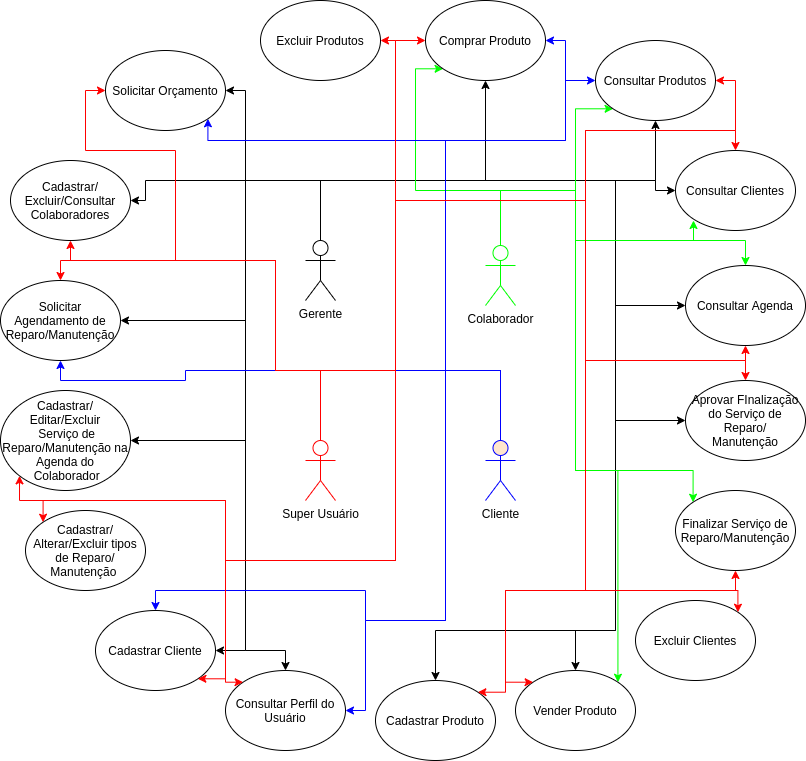
Above: imagens/diagrama_de_casos_de_uso.png in renanleonellocastro/loja_de_refrigeracao (draw.io), before the change. Source tidied: cells renumbered, new cells last; positions are measured from the earlier drawing's top-left corner, leaving out a move shared by most shapes.
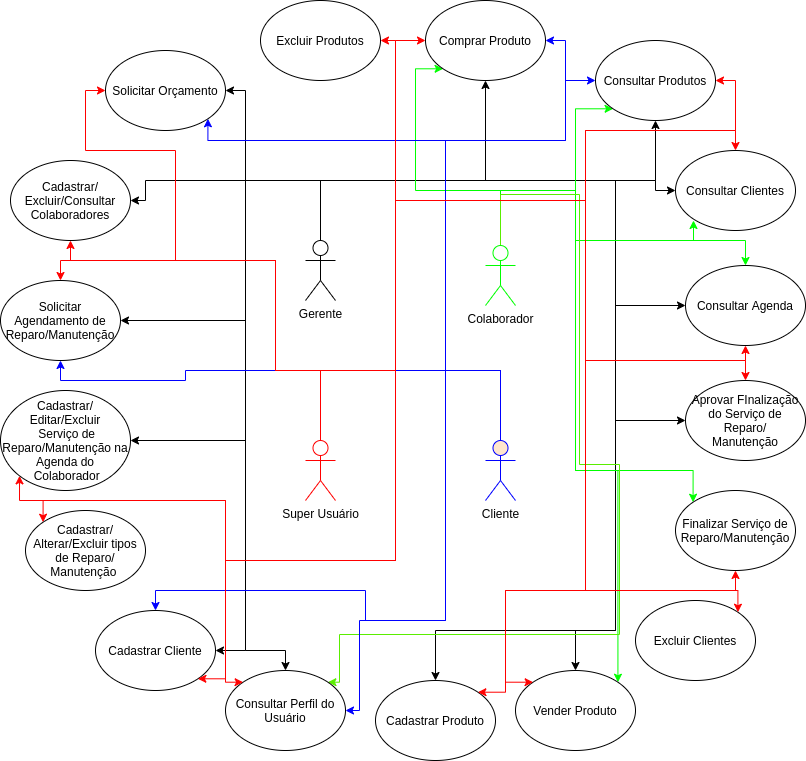
Later version of the same file.

Commit message:
ISSUE[#2] Atualizado Diagrama de Casos de Uso

What changed in the source:
```diff
@@ -184,6 +184,19 @@
         </Array>
       </mxGeometry>
     </mxCell>
+    <mxCell id="65" style="edgeStyle=orthogonalEdgeStyle;rounded=0;jettySize=auto;html=1;exitX=0.5;exitY=0;exitDx=0;exitDy=0;exitPerimeter=0;entryX=1;entryY=0;entryDx=0;entryDy=0;strokeColor=#5AED00;" parent="1" edge="1" source="22" target="38">
+      <mxGeometry relative="1" as="geometry">
+        <Array as="points">
+          <mxPoint x="500" y="194" />
+          <mxPoint x="579" y="194" />
+          <mxPoint x="579" y="464" />
+          <mxPoint x="619" y="464" />
+          <mxPoint x="619" y="634" />
+          <mxPoint x="339" y="634" />
+          <mxPoint x="339" y="682" />
+        </Array>
+      </mxGeometry>
+    </mxCell>
     <mxCell id="22" value="Colaborador" style="shape=umlActor;verticalLabelPosition=bottom;verticalAlign=top;html=1;outlineConnect=0;strokeColor=#00FF00;" parent="1" vertex="1">
       <mxGeometry x="485" y="245" width="30" height="60" as="geometry" />
     </mxCell>
@@ -216,8 +229,8 @@
           <mxPoint x="500" y="370" />
           <mxPoint x="445" y="370" />
           <mxPoint x="445" y="620" />
-          <mxPoint x="365" y="620" />
-          <mxPoint x="365" y="710" />
+          <mxPoint x="359" y="620" />
+          <mxPoint x="359" y="710" />
         </Array>
       </mxGeometry>
     </mxCell>
```
